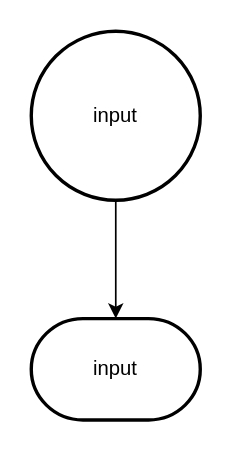
The draw.io diagram test_fixtures/identityFunction.drawio in udplus/draw-io-to-code, before the edit. Source tidied: cells renumbered, new cells numbered last; positions are measured from the earlier drawing's top-left corner, leaving out a move shared by most shapes. Both pictures are drawn from the tidied source at 169%, with x=0, y=0 at pixel (30, 30).
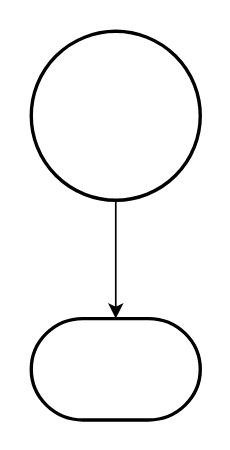
The same page after the edit.

Change to the diagram source:
```diff
@@
 <mxGraphModel>
   <root>
     <mxCell id="0" />
     <mxCell id="1" parent="0" />
     <mxCell id="2" style="edgeStyle=orthogonalEdgeStyle;rounded=0;jettySize=auto;html=1;exitX=0.5;exitY=1;exitDx=0;exitDy=0;exitPerimeter=0;" parent="1" edge="1" source="3" target="4">
       <mxGeometry relative="1" as="geometry" />
     </mxCell>
-    <mxCell id="3" value="input" style="strokeWidth=2;html=1;shape=mxgraph.flowchart.start_2;whiteSpace=wrap;" parent="1" vertex="1">
+    <mxCell id="3" style="strokeWidth=2;html=1;shape=mxgraph.flowchart.start_2;whiteSpace=wrap;" parent="1" vertex="1">
       <mxGeometry width="100" height="100" as="geometry" />
     </mxCell>
-    <mxCell id="4" value="input" style="strokeWidth=2;html=1;shape=mxgraph.flowchart.terminator;whiteSpace=wrap;" parent="1" vertex="1">
+    <mxCell id="4" style="strokeWidth=2;html=1;shape=mxgraph.flowchart.terminator;whiteSpace=wrap;" parent="1" vertex="1">
       <mxGeometry y="170" width="100" height="60" as="geometry" />
     </mxCell>
   </root>
 </mxGraphModel>
```
